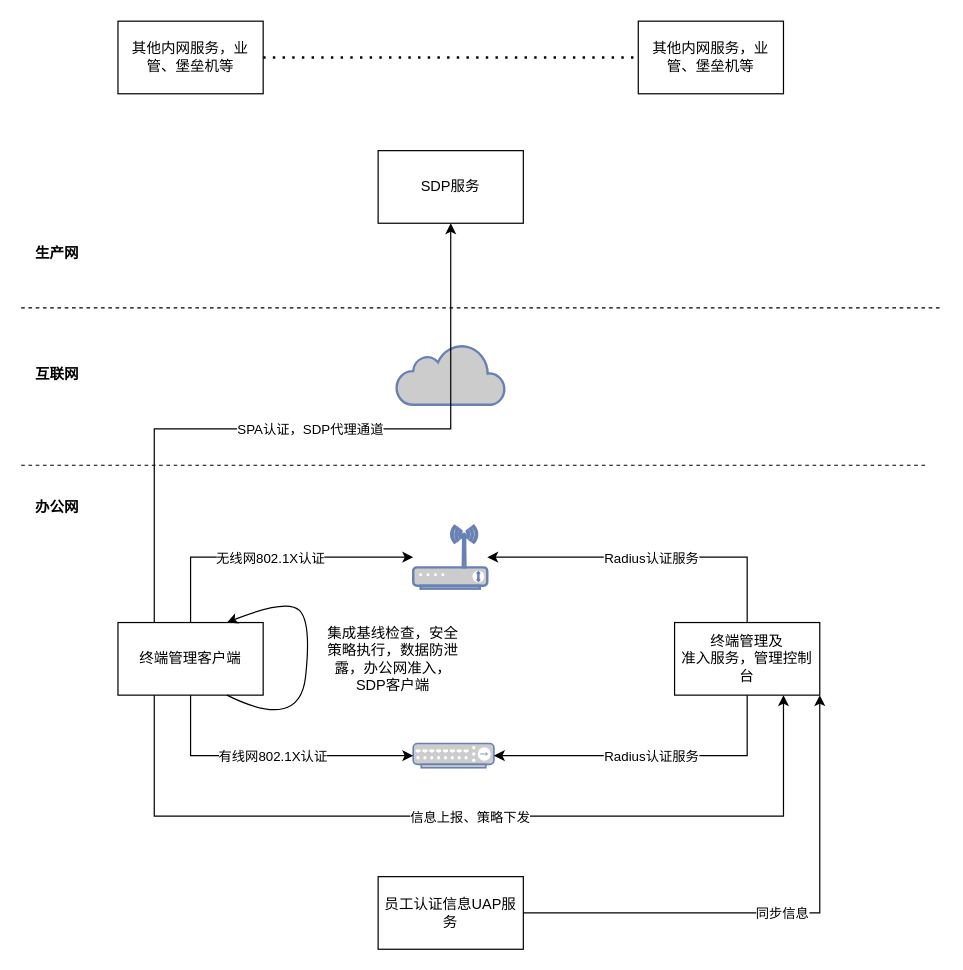
The draw.io diagram pcmgr.drawio in razor/1102_decoration, before the edit. Source tidied: cells renumbered, new cells numbered last; positions are measured from the earlier drawing's top-left corner, leaving out a move shared by most shapes. Both pictures are drawn from the tidied source at 121%, with x=0, y=0 at pixel (21, 21).
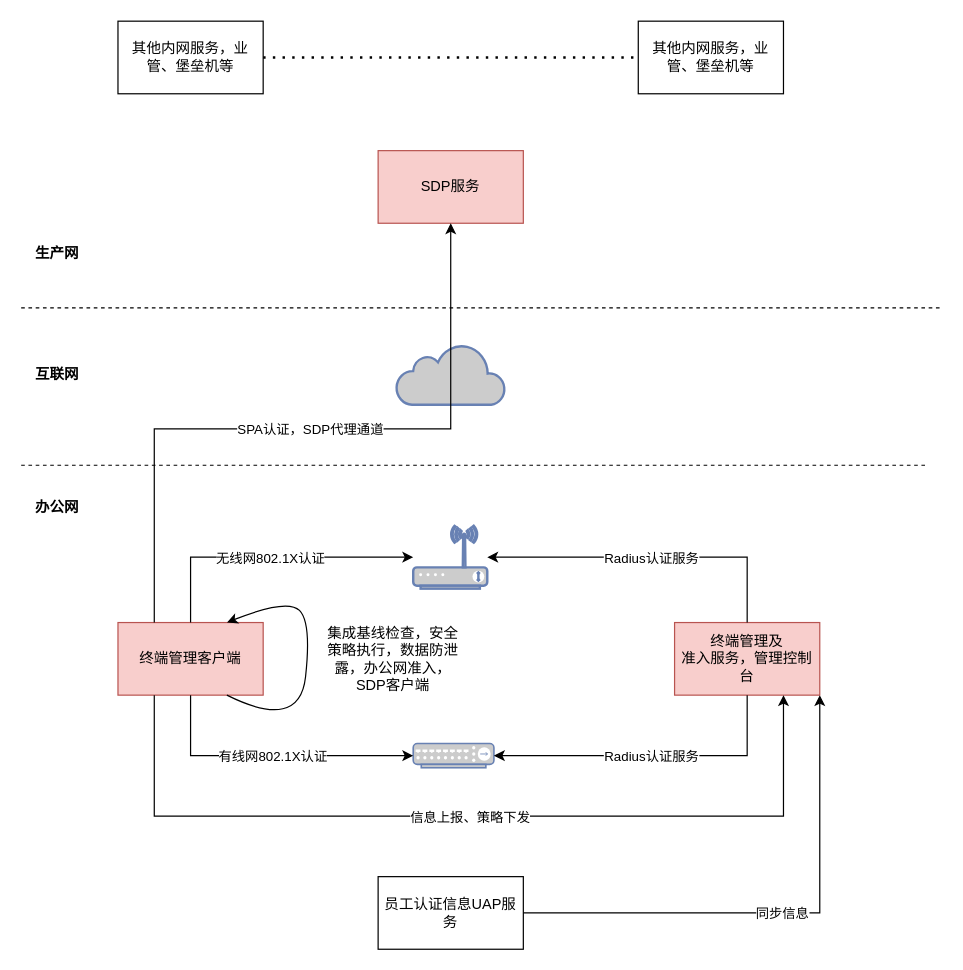
The same page after the edit.

The edit, as a diff of the source:
```diff
@@
-    <mxCell id="2" value="终端管理及&lt;br&gt;准入服务，管理控制台" style="rounded=0;whiteSpace=wrap;html=1;" parent="1" vertex="1">
+    <mxCell id="2" value="终端管理及&lt;br&gt;准入服务，管理控制台" style="rounded=0;whiteSpace=wrap;html=1;fillColor=#f8cecc;strokeColor=#b85450;" parent="1" vertex="1">
       <mxGeometry x="540" y="497" width="120" height="60" as="geometry" />
     </mxCell>
-    <mxCell id="3" value="终端管理客户端" style="rounded=0;whiteSpace=wrap;html=1;" parent="1" vertex="1">
+    <mxCell id="3" value="终端管理客户端" style="rounded=0;whiteSpace=wrap;html=1;fillColor=#f8cecc;strokeColor=#b85450;" parent="1" vertex="1">
       <mxGeometry x="80" y="497" width="120" height="60" as="geometry" />
     </mxCell>
-    <mxCell id="4" value="SDP服务" style="rounded=0;whiteSpace=wrap;html=1;" parent="1" vertex="1">
+    <mxCell id="4" value="SDP服务" style="rounded=0;whiteSpace=wrap;html=1;fillColor=#f8cecc;strokeColor=#b85450;" parent="1" vertex="1">
       <mxGeometry x="295" y="107" width="120" height="60" as="geometry" />
     </mxCell>
```
